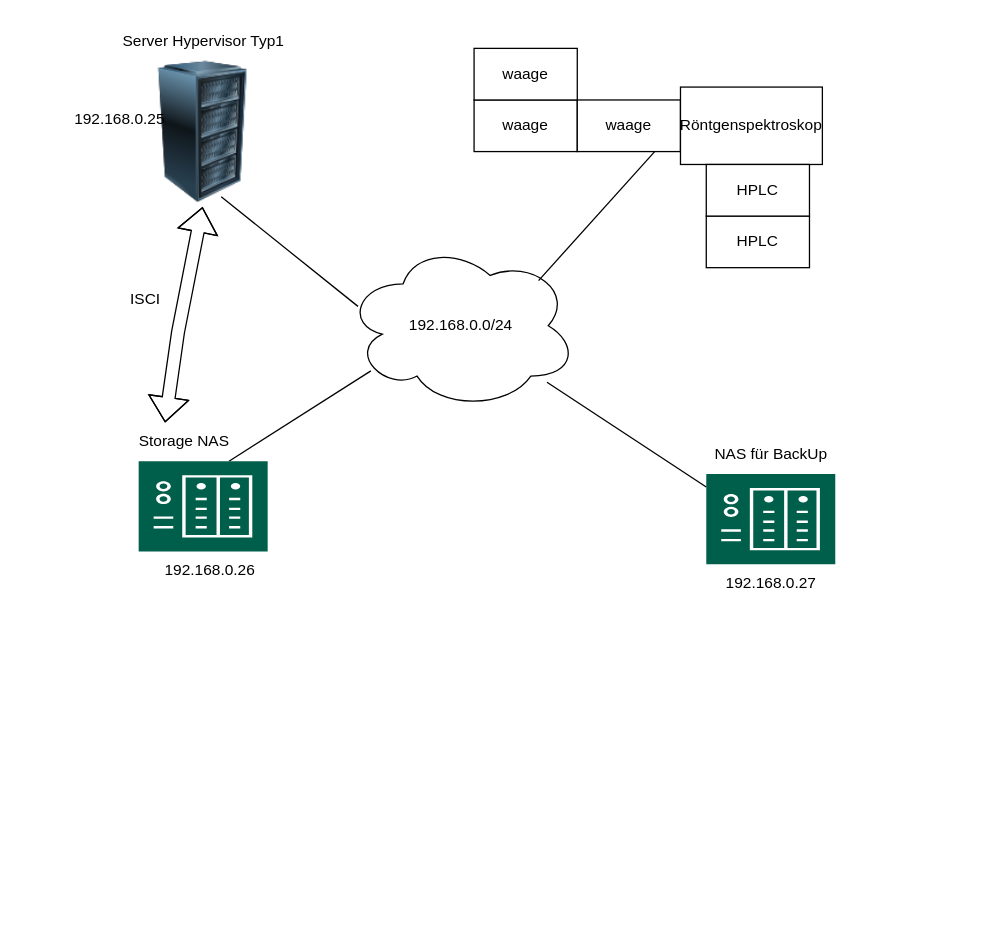
This is Netzwerkplanaufgabe1.drawio from Lorin2007/projekte, a draw.io file, before an edit. Source tidied: cells renumbered, new cells numbered last; positions are measured from the earlier drawing's top-left corner, leaving out a move shared by most shapes. Both pictures are drawn from the tidied source at 129%, with x=0, y=0 at pixel (61, 22).
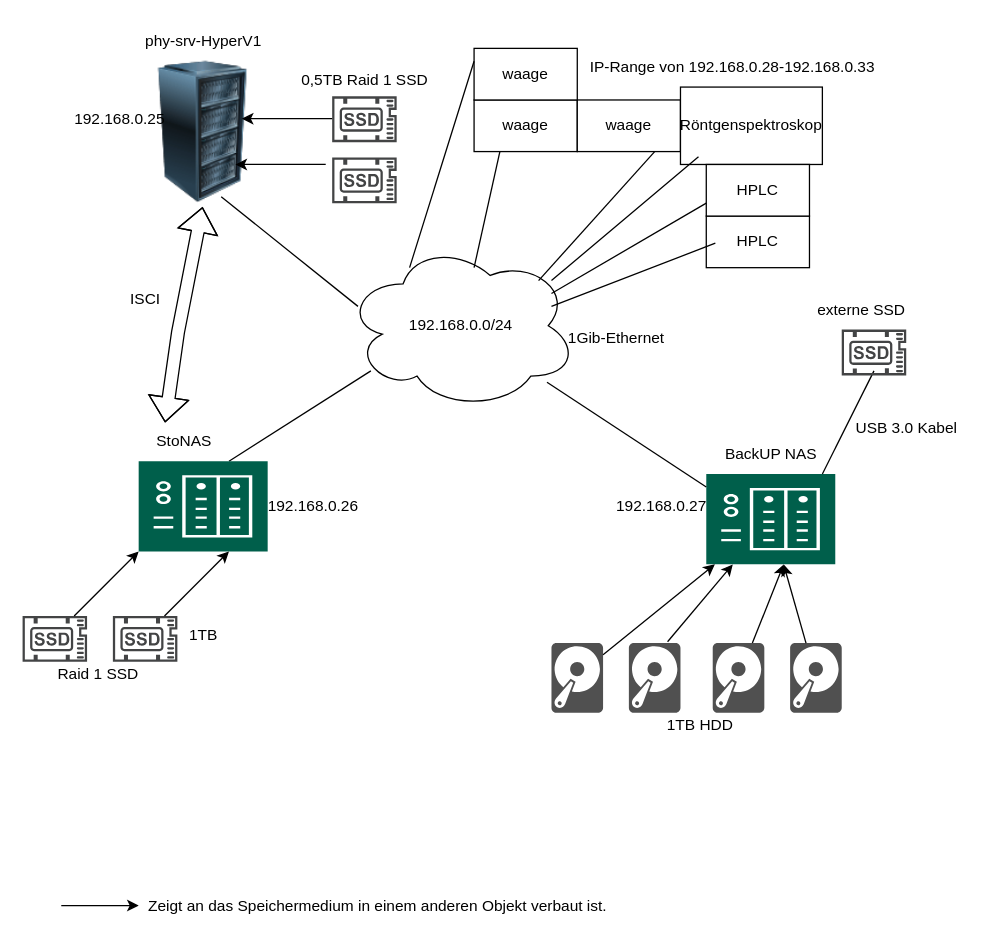
Above is the later version.

Unchanged cells that the change refers to:
```xml
<mxCell id="3" style="sketch=0;shadow=0;dashed=0;html=1;strokeColor=none;fillColor=#005F4B;labelPosition=center;verticalLabelPosition=bottom;verticalAlign=top;align=center;outlineConnect=0;shape=mxgraph.veeam2.nas;" parent="1" vertex="1">
  <mxGeometry x="500" y="350" width="100" height="70" as="geometry" />
</mxCell>
<mxCell id="18" value="waage" style="rounded=0;whiteSpace=wrap;html=1;" parent="1" vertex="1">
  <mxGeometry x="320" y="60" width="80" height="40" as="geometry" />
</mxCell>
<mxCell id="20" value="waage" style="rounded=0;whiteSpace=wrap;html=1;" parent="1" vertex="1">
  <mxGeometry x="320" y="20" width="80" height="40" as="geometry" />
</mxCell>
<mxCell id="21" value="Röntgenspektroskop" style="rounded=0;whiteSpace=wrap;html=1;" parent="1" vertex="1">
  <mxGeometry x="480" y="50" width="110" height="60" as="geometry" />
</mxCell>
<mxCell id="22" value="HPLC" style="rounded=0;whiteSpace=wrap;html=1;" parent="1" vertex="1">
  <mxGeometry x="500" y="150" width="80" height="40" as="geometry" />
</mxCell>
<mxCell id="23" value="HPLC" style="rounded=0;whiteSpace=wrap;html=1;" parent="1" vertex="1">
  <mxGeometry x="500" y="110" width="80" height="40" as="geometry" />
</mxCell>
```

The edit, as a diff of the source:
```diff
@@
-    <mxCell id="5" value="NAS für BackUp" style="text;html=1;align=center;verticalAlign=middle;strokeColor=none;fillColor=none;" parent="1" vertex="1">
-      <mxGeometry x="495" y="320" width="110" height="30" as="geometry" />
+    <mxCell id="5" value="BackUP NAS" style="text;html=1;align=center;verticalAlign=middle;strokeColor=none;fillColor=none;" parent="1" vertex="1">
+      <mxGeometry x="505" y="320" width="90" height="30" as="geometry" />
     </mxCell>
@@
-    <mxCell id="8" value="Storage NAS" style="text;html=1;align=center;verticalAlign=middle;strokeColor=none;fillColor=none;" parent="1" vertex="1">
-      <mxGeometry x="50" y="310" width="90" height="30" as="geometry" />
+    <mxCell id="8" value="StoNAS" style="text;html=1;align=center;verticalAlign=middle;strokeColor=none;fillColor=none;" parent="1" vertex="1">
+      <mxGeometry x="60" y="310" width="70" height="30" as="geometry" />
     </mxCell>
@@
-    <mxCell id="13" value="Server Hypervisor Typ1" style="text;html=1;align=center;verticalAlign=middle;strokeColor=none;fillColor=none;" parent="1" vertex="1">
-      <mxGeometry x="35" width="150" height="30" as="geometry" />
+    <mxCell id="13" value="phy-srv-HyperV1" style="text;html=1;align=center;verticalAlign=middle;strokeColor=none;fillColor=none;" parent="1" vertex="1">
+      <mxGeometry x="55" width="110" height="30" as="geometry" />
     </mxCell>
@@
     <mxCell id="16" value="192.168.0.26" style="text;html=1;align=center;verticalAlign=middle;strokeColor=none;fillColor=none;" parent="1" vertex="1">
-      <mxGeometry x="70" y="410" width="90" height="30" as="geometry" />
+      <mxGeometry x="150" y="360" width="90" height="30" as="geometry" />
     </mxCell>
     <mxCell id="17" value="192.168.0.27" style="text;html=1;align=center;verticalAlign=middle;strokeColor=none;fillColor=none;" parent="1" vertex="1">
-      <mxGeometry x="505" y="420" width="90" height="30" as="geometry" />
+      <mxGeometry x="420" y="360" width="90" height="30" as="geometry" />
     </mxCell>
@@
+    <mxCell id="24" value="IP-Range von 192.168.0.28-192.168.0.33" style="text;html=1;align=center;verticalAlign=middle;strokeColor=none;fillColor=none;" parent="1" vertex="1">
+      <mxGeometry x="400" y="20" width="240" height="30" as="geometry" />
+    </mxCell>
+    <mxCell id="25" style="sketch=0;shadow=0;dashed=0;html=1;strokeColor=none;fillColor=#434445;labelPosition=center;verticalLabelPosition=bottom;verticalAlign=top;align=center;shape=mxgraph.vvd.ssd;" parent="1" vertex="1">
+      <mxGeometry x="-30" y="460" width="50" height="35.5" as="geometry" />
+    </mxCell>
+    <mxCell id="26" style="sketch=0;shadow=0;dashed=0;html=1;strokeColor=none;fillColor=#434445;labelPosition=center;verticalLabelPosition=bottom;verticalAlign=top;align=center;shape=mxgraph.vvd.ssd;" parent="1" vertex="1">
+      <mxGeometry x="40" y="460" width="50" height="35.5" as="geometry" />
+    </mxCell>
+    <mxCell id="27" value="Raid 1 SSD&amp;nbsp;" style="text;html=1;align=center;verticalAlign=middle;strokeColor=none;fillColor=none;" parent="1" vertex="1">
+      <mxGeometry x="-15" y="490" width="90" height="30" as="geometry" />
+    </mxCell>
+    <mxCell id="28" style="endArrow=classic;html=1;rounded=0;" parent="1" edge="1">
+      <mxGeometry relative="1" as="geometry">
+        <mxPoint x="10" y="460" as="sourcePoint" />
+        <mxPoint x="60" y="410" as="targetPoint" />
+      </mxGeometry>
+    </mxCell>
+    <mxCell id="29" style="endArrow=classic;html=1;rounded=0;" parent="1" edge="1">
+      <mxGeometry relative="1" as="geometry">
+        <mxPoint x="80" y="460" as="sourcePoint" />
+        <mxPoint x="130" y="410" as="targetPoint" />
+      </mxGeometry>
+    </mxCell>
+    <mxCell id="30" style="sketch=0;shadow=0;dashed=0;html=1;strokeColor=none;fillColor=#505050;labelPosition=center;verticalLabelPosition=bottom;verticalAlign=top;align=center;shape=mxgraph.office.devices.hard_disk;" parent="1" vertex="1">
+      <mxGeometry x="380" y="481" width="40" height="54" as="geometry" />
+    </mxCell>
+    <mxCell id="31" style="sketch=0;shadow=0;dashed=0;html=1;strokeColor=none;fillColor=#505050;labelPosition=center;verticalLabelPosition=bottom;verticalAlign=top;align=center;shape=mxgraph.office.devices.hard_disk;" parent="1" vertex="1">
+      <mxGeometry x="440" y="481" width="40" height="54" as="geometry" />
+    </mxCell>
+    <mxCell id="32" style="sketch=0;shadow=0;dashed=0;html=1;strokeColor=none;fillColor=#505050;labelPosition=center;verticalLabelPosition=bottom;verticalAlign=top;outlineConnect=0;align=center;shape=mxgraph.office.devices.hard_disk;" parent="1" vertex="1">
+      <mxGeometry x="505" y="481" width="40" height="54" as="geometry" />
+    </mxCell>
+    <mxCell id="33" style="sketch=0;shadow=0;dashed=0;html=1;strokeColor=none;fillColor=#505050;labelPosition=center;verticalLabelPosition=bottom;verticalAlign=top;outlineConnect=0;align=center;shape=mxgraph.office.devices.hard_disk;" parent="1" vertex="1">
+      <mxGeometry x="565" y="481" width="40" height="54" as="geometry" />
+    </mxCell>
+    <mxCell id="34" style="endArrow=none;html=1;rounded=0;" parent="1" edge="1">
+      <mxGeometry relative="1" as="geometry">
+        <mxPoint x="590" y="350" as="sourcePoint" />
+        <mxPoint x="630" y="270" as="targetPoint" />
+      </mxGeometry>
+    </mxCell>
+    <mxCell id="35" style="sketch=0;shadow=0;dashed=0;html=1;strokeColor=none;fillColor=#434445;labelPosition=center;verticalLabelPosition=bottom;verticalAlign=top;align=center;shape=mxgraph.vvd.ssd;" parent="1" vertex="1">
+      <mxGeometry x="605" y="238" width="50" height="35.5" as="geometry" />
+    </mxCell>
+    <mxCell id="36" style="endArrow=classic;html=1;rounded=0;" parent="1" edge="1" source="32">
+      <mxGeometry relative="1" as="geometry">
+        <mxPoint x="560" y="420" as="targetPoint" />
+      </mxGeometry>
+    </mxCell>
+    <mxCell id="37" style="endArrow=classic;html=1;rounded=0;" parent="1" edge="1" target="3">
+      <mxGeometry relative="1" as="geometry">
+        <mxPoint x="420" y="490" as="sourcePoint" />
+      </mxGeometry>
+    </mxCell>
+    <mxCell id="38" style="endArrow=classic;html=1;rounded=0;" parent="1" edge="1" target="3">
+      <mxGeometry relative="1" as="geometry">
+        <mxPoint x="470" y="480" as="sourcePoint" />
+      </mxGeometry>
+    </mxCell>
+    <mxCell id="39" style="endArrow=classic;html=1;rounded=0;" parent="1" edge="1" source="33" target="3">
+      <mxGeometry relative="1" as="geometry" />
+    </mxCell>
+    <mxCell id="40" value="1TB HDD" style="text;html=1;align=center;verticalAlign=middle;strokeColor=none;fillColor=none;" parent="1" vertex="1">
+      <mxGeometry x="460" y="530" width="70" height="30" as="geometry" />
+    </mxCell>
+    <mxCell id="41" value="1TB" style="text;html=1;align=center;verticalAlign=middle;strokeColor=none;fillColor=none;" parent="1" vertex="1">
+      <mxGeometry x="85" y="460" width="50" height="30" as="geometry" />
+    </mxCell>
+    <mxCell id="42" style="endArrow=classic;html=1;rounded=0;" parent="1" edge="1">
+      <mxGeometry relative="1" as="geometry">
+        <mxPoint y="684.5" as="sourcePoint" />
+        <mxPoint x="60" y="684.5" as="targetPoint" />
+        <Array as="points">
+          <mxPoint x="30" y="684.5" />
+        </Array>
+      </mxGeometry>
+    </mxCell>
+    <mxCell id="43" value="Zeigt an das Speichermedium in einem anderen Objekt verbaut ist." style="text;html=1;align=center;verticalAlign=middle;strokeColor=none;fillColor=none;" parent="1" vertex="1">
+      <mxGeometry x="55" y="670" width="380" height="30" as="geometry" />
+    </mxCell>
+    <mxCell id="44" value="1Gib-Ethernet" style="text;html=1;align=center;verticalAlign=middle;strokeColor=none;fillColor=none;" parent="1" vertex="1">
+      <mxGeometry x="380" y="230" width="100" height="30" as="geometry" />
+    </mxCell>
+    <mxCell id="45" value="externe SSD" style="text;html=1;align=center;verticalAlign=middle;strokeColor=none;fillColor=none;" parent="1" vertex="1">
+      <mxGeometry x="575" y="208" width="90" height="30" as="geometry" />
+    </mxCell>
+    <mxCell id="46" value="USB 3.0 Kabel" style="text;html=1;align=center;verticalAlign=middle;strokeColor=none;fillColor=none;" parent="1" vertex="1">
+      <mxGeometry x="605" y="300" width="100" height="30" as="geometry" />
+    </mxCell>
+    <mxCell id="47" style="sketch=0;shadow=0;dashed=0;html=1;strokeColor=none;fillColor=#434445;labelPosition=center;verticalLabelPosition=bottom;verticalAlign=top;align=center;shape=mxgraph.vvd.ssd;" parent="1" vertex="1">
+      <mxGeometry x="210" y="104.5" width="50" height="35.5" as="geometry" />
+    </mxCell>
+    <mxCell id="48" style="sketch=0;shadow=0;dashed=0;html=1;strokeColor=none;fillColor=#434445;labelPosition=center;verticalLabelPosition=bottom;verticalAlign=top;align=center;shape=mxgraph.vvd.ssd;" parent="1" vertex="1">
+      <mxGeometry x="210" y="57.2" width="50" height="35.5" as="geometry" />
+    </mxCell>
+    <mxCell id="49" style="endArrow=classic;html=1;rounded=0;" parent="1" edge="1">
+      <mxGeometry relative="1" as="geometry">
+        <mxPoint x="210" y="74.5" as="sourcePoint" />
+        <mxPoint x="140" y="74.5" as="targetPoint" />
+      </mxGeometry>
+    </mxCell>
+    <mxCell id="50" style="endArrow=classic;html=1;rounded=0;" parent="1" edge="1">
+      <mxGeometry relative="1" as="geometry">
+        <mxPoint x="205" y="110" as="sourcePoint" />
+        <mxPoint x="135" y="110" as="targetPoint" />
+      </mxGeometry>
+    </mxCell>
+    <mxCell id="51" value="0,5TB Raid 1 SSD" style="text;html=1;align=center;verticalAlign=middle;strokeColor=none;fillColor=none;" parent="1" vertex="1">
+      <mxGeometry x="175" y="30" width="120" height="30" as="geometry" />
+    </mxCell>
+    <mxCell id="52" style="endArrow=none;html=1;rounded=0;entryX=0.25;entryY=1;entryDx=0;entryDy=0;" parent="1" edge="1" target="18">
+      <mxGeometry relative="1" as="geometry">
+        <mxPoint x="320" y="190" as="sourcePoint" />
+      </mxGeometry>
+    </mxCell>
+    <mxCell id="53" style="endArrow=none;html=1;rounded=0;entryX=0;entryY=0.25;entryDx=0;entryDy=0;" parent="1" edge="1" target="20">
+      <mxGeometry relative="1" as="geometry">
+        <mxPoint x="270" y="190" as="sourcePoint" />
+      </mxGeometry>
+    </mxCell>
+    <mxCell id="54" style="endArrow=none;html=1;rounded=0;entryX=0.088;entryY=0.525;entryDx=0;entryDy=0;entryPerimeter=0;" parent="1" edge="1" target="22">
+      <mxGeometry relative="1" as="geometry">
+        <mxPoint x="380" y="220" as="sourcePoint" />
+      </mxGeometry>
+    </mxCell>
+    <mxCell id="55" style="endArrow=none;html=1;rounded=0;entryX=0;entryY=0.75;entryDx=0;entryDy=0;" parent="1" edge="1" target="23">
+      <mxGeometry relative="1" as="geometry">
+        <mxPoint x="380" y="210" as="sourcePoint" />
+      </mxGeometry>
+    </mxCell>
+    <mxCell id="56" style="endArrow=none;html=1;rounded=0;entryX=0.127;entryY=0.9;entryDx=0;entryDy=0;entryPerimeter=0;" parent="1" edge="1" target="21">
+      <mxGeometry relative="1" as="geometry">
+        <mxPoint x="380" y="200" as="sourcePoint" />
+      </mxGeometry>
+    </mxCell>
```
